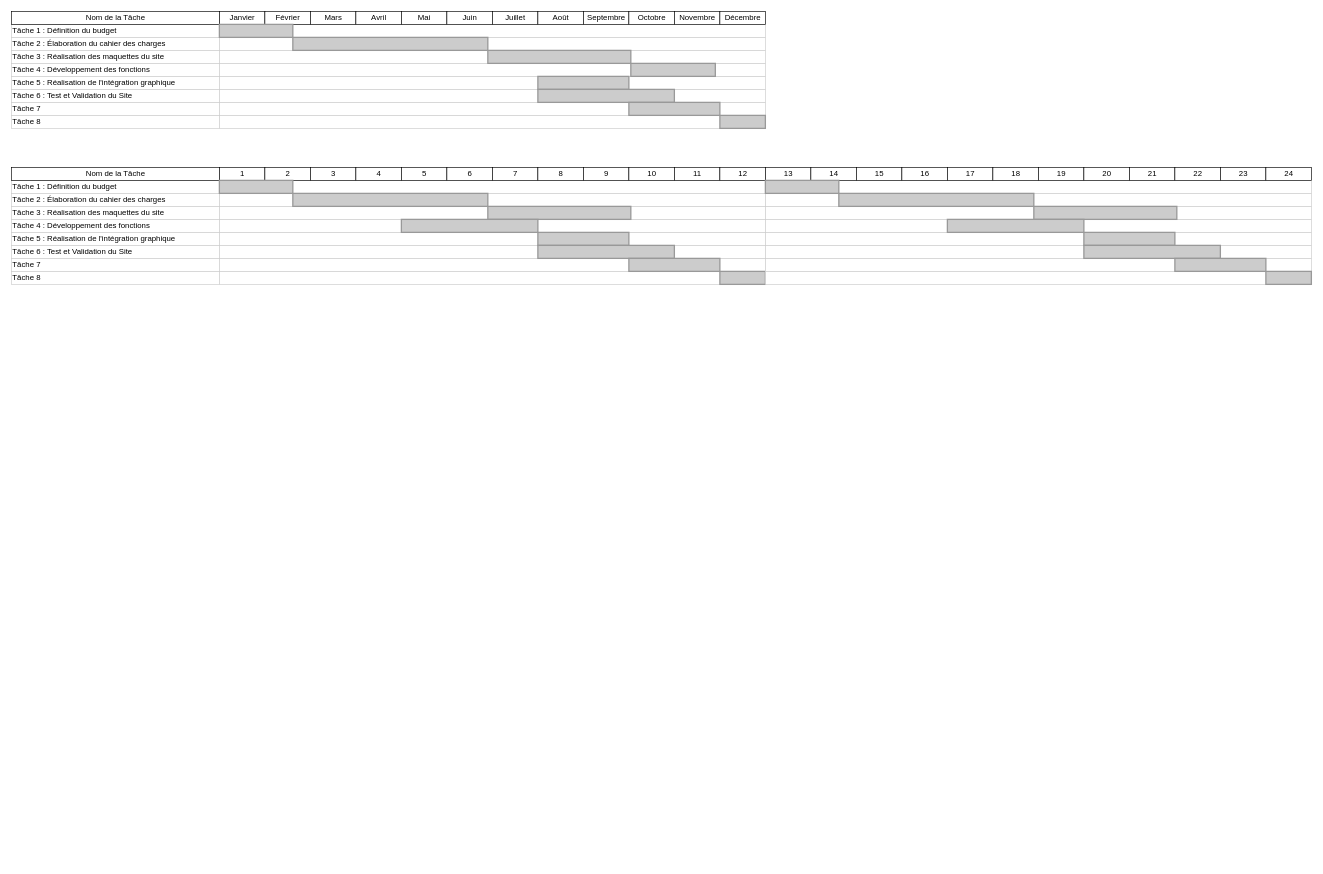
Above: Diagramme sans nom.drawio in AlexL5/Salut (draw.io), before the change. Source tidied: cells renumbered, new cells numbered last; positions are measured from the earlier drawing's top-left corner, leaving out a move shared by most shapes. Both pictures are drawn from the tidied source at 65%, with x=0, y=0 at pixel (11, 11).
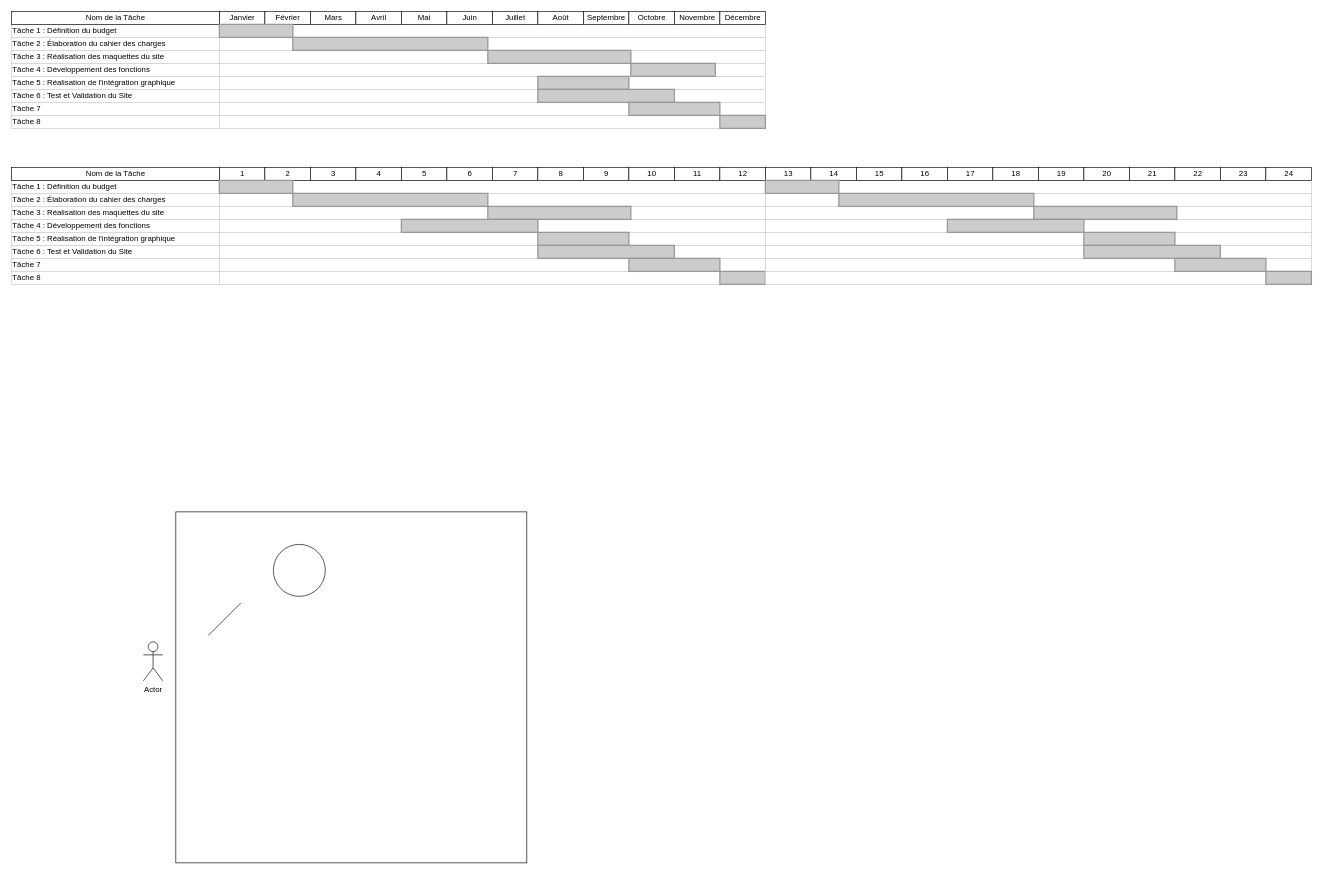
Above is the later version.

Commit message:
Mettre à jour Diagramme sans nom.drawio

The edit, as a diff of the source:
```diff
@@
+    <mxCell id="104" style="whiteSpace=wrap;html=1;" parent="1" vertex="1">
+      <mxGeometry x="253" y="770" width="540" height="540" as="geometry" />
+    </mxCell>
+    <mxCell id="105" value="Actor" style="shape=umlActor;verticalLabelPosition=bottom;verticalAlign=top;html=1;" parent="1" vertex="1">
+      <mxGeometry x="203" y="970" width="30" height="60" as="geometry" />
+    </mxCell>
+    <mxCell id="106" style="ellipse;whiteSpace=wrap;html=1;" parent="1" vertex="1">
+      <mxGeometry x="403" y="820" width="80" height="80" as="geometry" />
+    </mxCell>
+    <mxCell id="107" style="endArrow=none;html=1;rounded=0;" parent="1" edge="1">
+      <mxGeometry relative="1" as="geometry">
+        <mxPoint x="303" y="960" as="sourcePoint" />
+        <mxPoint x="353" y="910" as="targetPoint" />
+      </mxGeometry>
+    </mxCell>
```
